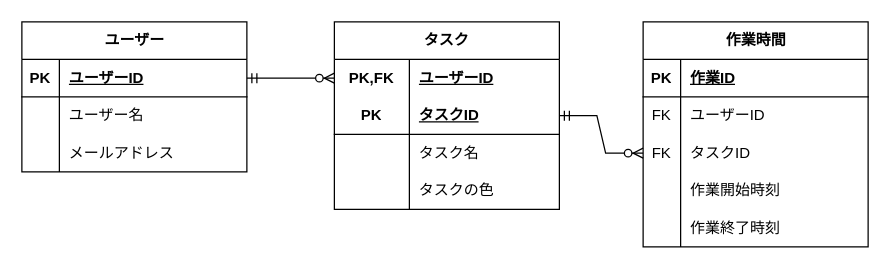
Before: 作業記録アプリ/DB設計/ER図/work_time_management.drawio in shigemasa89/TimeManagementApplication, a draw.io diagram. Source tidied: cells renumbered, new cells numbered last; positions are measured from the earlier drawing's top-left corner, leaving out a move shared by most shapes. Both pictures are drawn from the tidied source at 125%, with x=0, y=0 at pixel (21, 21).
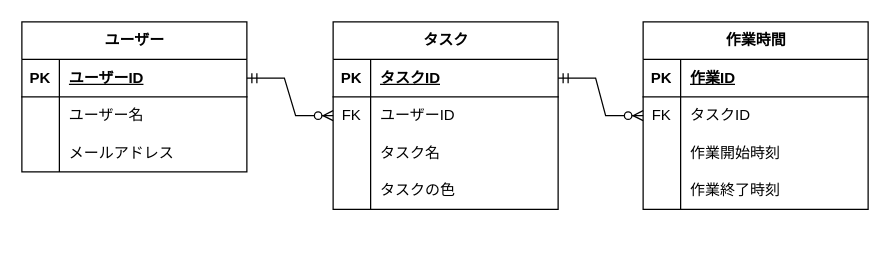
The same diagram, later.

Commit message:
テーブル定義書と整合するようにER図を修正

Unchanged cells that the change refers to:
```xml
<mxCell id="3" style="shape=tableRow;horizontal=0;startSize=0;swimlaneHead=0;swimlaneBody=0;fillColor=none;points=[[0,0.5],[1,0.5]];portConstraint=eastwest;top=0;left=0;right=0;bottom=1;" parent="2" vertex="1">
  <mxGeometry y="30" width="180" height="30" as="geometry" />
</mxCell>
```

Diff of the diagram source:
```diff
@@
-    <mxCell id="12" value="タスク" style="shape=table;startSize=30;childLayout=tableLayout;rowLines=0;fontStyle=1;align=center;html=1;whiteSpace=wrap;" parent="1" vertex="1">
-      <mxGeometry x="250" width="180" height="150" as="geometry" />
-    </mxCell>
-    <mxCell id="13" style="shape=tableRow;horizontal=0;startSize=0;swimlaneHead=0;swimlaneBody=0;fillColor=none;points=[[0,0.5],[1,0.5]];portConstraint=eastwest;top=0;left=0;right=0;bottom=0;html=1;" parent="12" vertex="1">
-      <mxGeometry y="30" width="180" height="30" as="geometry" />
-    </mxCell>
-    <mxCell id="14" value="PK,FK" style="shape=partialRectangle;fillColor=none;top=0;left=0;bottom=0;right=0;fontStyle=1;overflow=hidden;html=1;whiteSpace=wrap;" parent="13" vertex="1">
-      <mxGeometry width="60" height="30" as="geometry" />
-    </mxCell>
-    <mxCell id="15" value="ユーザーID" style="shape=partialRectangle;fillColor=none;top=0;left=0;bottom=0;right=0;align=left;spacingLeft=6;fontStyle=5;overflow=hidden;html=1;whiteSpace=wrap;" parent="13" vertex="1">
-      <mxGeometry x="60" width="120" height="30" as="geometry" />
-    </mxCell>
-    <mxCell id="16" style="shape=tableRow;horizontal=0;startSize=0;swimlaneHead=0;swimlaneBody=0;fillColor=none;points=[[0,0.5],[1,0.5]];portConstraint=eastwest;top=0;left=0;right=0;bottom=1;html=1;" parent="12" vertex="1">
-      <mxGeometry y="60" width="180" height="30" as="geometry" />
-    </mxCell>
-    <mxCell id="17" value="PK" style="shape=partialRectangle;fillColor=none;top=0;left=0;bottom=0;right=0;fontStyle=1;overflow=hidden;html=1;whiteSpace=wrap;" parent="16" vertex="1">
-      <mxGeometry width="60" height="30" as="geometry" />
-    </mxCell>
-    <mxCell id="18" value="タスクID" style="shape=partialRectangle;fillColor=none;top=0;left=0;bottom=0;right=0;align=left;spacingLeft=6;fontStyle=5;overflow=hidden;html=1;whiteSpace=wrap;" parent="16" vertex="1">
-      <mxGeometry x="60" width="120" height="30" as="geometry" />
-    </mxCell>
-    <mxCell id="19" style="shape=tableRow;horizontal=0;startSize=0;swimlaneHead=0;swimlaneBody=0;fillColor=none;top=0;left=0;right=0;bottom=0;html=1;" parent="12" vertex="1">
-      <mxGeometry y="90" width="180" height="30" as="geometry" />
-    </mxCell>
-    <mxCell id="20" style="shape=partialRectangle;fillColor=none;top=0;left=0;bottom=0;right=0;overflow=hidden;html=1;whiteSpace=wrap;" parent="19" vertex="1">
-      <mxGeometry width="60" height="30" as="geometry" />
-    </mxCell>
-    <mxCell id="21" value="タスク名" style="shape=partialRectangle;fillColor=none;top=0;left=0;bottom=0;right=0;align=left;spacingLeft=6;overflow=hidden;html=1;whiteSpace=wrap;" parent="19" vertex="1">
-      <mxGeometry x="60" width="120" height="30" as="geometry" />
-    </mxCell>
-    <mxCell id="22" style="shape=tableRow;horizontal=0;startSize=0;swimlaneHead=0;swimlaneBody=0;fillColor=none;top=0;left=0;right=0;bottom=0;html=1;" parent="12" vertex="1">
-      <mxGeometry y="120" width="180" height="30" as="geometry" />
-    </mxCell>
-    <mxCell id="23" style="shape=partialRectangle;fillColor=none;top=0;left=0;bottom=0;right=0;overflow=hidden;html=1;whiteSpace=wrap;" parent="22" vertex="1">
-      <mxGeometry width="60" height="30" as="geometry" />
-    </mxCell>
-    <mxCell id="24" value="タスクの色" style="shape=partialRectangle;fillColor=none;top=0;left=0;bottom=0;right=0;align=left;spacingLeft=6;overflow=hidden;html=1;whiteSpace=wrap;" parent="22" vertex="1">
-      <mxGeometry x="60" width="120" height="30" as="geometry" />
-    </mxCell>
     <mxCell id="25" value="作業時間" style="shape=table;startSize=30;childLayout=tableLayout;rowLines=0;fontStyle=1;align=center;html=1;" parent="1" vertex="1">
-      <mxGeometry x="497" width="180" height="180" as="geometry" />
+      <mxGeometry x="497" width="180" height="150" as="geometry" />
     </mxCell>
@@
-    <mxCell id="29" style="shape=tableRow;horizontal=0;startSize=0;swimlaneHead=0;swimlaneBody=0;fillColor=none;points=[[0,0.5],[1,0.5]];portConstraint=eastwest;top=0;left=0;right=0;bottom=0;" parent="25" vertex="1">
-      <mxGeometry y="60" width="180" height="30" as="geometry" />
-    </mxCell>
-    <mxCell id="30" value="FK" style="shape=partialRectangle;fillColor=none;top=0;left=0;bottom=0;right=0;overflow=hidden;whiteSpace=wrap;html=1;" parent="29" vertex="1">
-      <mxGeometry width="30" height="30" as="geometry" />
-    </mxCell>
-    <mxCell id="31" value="ユーザーID" style="shape=partialRectangle;fillColor=none;top=0;left=0;bottom=0;right=0;align=left;spacingLeft=6;overflow=hidden;whiteSpace=wrap;html=1;" parent="29" vertex="1">
-      <mxGeometry x="30" width="150" height="30" as="geometry" />
-    </mxCell>
     <mxCell id="32" style="shape=tableRow;horizontal=0;startSize=0;swimlaneHead=0;swimlaneBody=0;fillColor=none;points=[[0,0.5],[1,0.5]];portConstraint=eastwest;top=0;left=0;right=0;bottom=0;" parent="25" vertex="1">
-      <mxGeometry y="90" width="180" height="30" as="geometry" />
+      <mxGeometry y="60" width="180" height="30" as="geometry" />
     </mxCell>
@@
     <mxCell id="35" style="shape=tableRow;horizontal=0;startSize=0;swimlaneHead=0;swimlaneBody=0;fillColor=none;top=0;left=0;right=0;bottom=0;" parent="25" vertex="1">
-      <mxGeometry y="120" width="180" height="30" as="geometry" />
+      <mxGeometry y="90" width="180" height="30" as="geometry" />
     </mxCell>
@@
     <mxCell id="38" style="shape=tableRow;horizontal=0;startSize=0;swimlaneHead=0;swimlaneBody=0;fillColor=none;top=0;left=0;right=0;bottom=0;" parent="25" vertex="1">
-      <mxGeometry y="150" width="180" height="30" as="geometry" />
+      <mxGeometry y="120" width="180" height="30" as="geometry" />
     </mxCell>
@@
-    <mxCell id="41" style="edgeStyle=entityRelationEdgeStyle;fontSize=12;html=1;endArrow=ERzeroToMany;startArrow=ERmandOne;rounded=0;exitX=1;exitY=0.5;exitDx=0;exitDy=0;entryX=0;entryY=0.5;entryDx=0;entryDy=0;" parent="1" edge="1" source="3" target="13">
+    <mxCell id="41" style="edgeStyle=entityRelationEdgeStyle;fontSize=12;html=1;endArrow=ERzeroToMany;startArrow=ERmandOne;rounded=0;exitX=1;exitY=0.5;exitDx=0;exitDy=0;entryX=0;entryY=0.5;entryDx=0;entryDy=0;" parent="1" edge="1" source="3" target="29">
       <mxGeometry relative="1" as="geometry" />
     </mxCell>
-    <mxCell id="42" style="edgeStyle=entityRelationEdgeStyle;fontSize=12;html=1;endArrow=ERzeroToMany;startArrow=ERmandOne;rounded=0;exitX=1;exitY=0.5;exitDx=0;exitDy=0;entryX=0;entryY=0.5;entryDx=0;entryDy=0;" parent="1" edge="1" source="16" target="32">
+    <mxCell id="42" style="edgeStyle=entityRelationEdgeStyle;fontSize=12;html=1;endArrow=ERzeroToMany;startArrow=ERmandOne;rounded=0;exitX=1;exitY=0.5;exitDx=0;exitDy=0;entryX=0;entryY=0.5;entryDx=0;entryDy=0;" parent="1" edge="1" source="43" target="32">
       <mxGeometry relative="1" as="geometry" />
     </mxCell>
+    <mxCell id="12" value="タスク" style="shape=table;startSize=30;childLayout=tableLayout;rowLines=0;fontStyle=1;align=center;html=1;" parent="1" vertex="1">
+      <mxGeometry x="249" width="180" height="150" as="geometry" />
+    </mxCell>
+    <mxCell id="43" style="shape=tableRow;horizontal=0;startSize=0;swimlaneHead=0;swimlaneBody=0;fillColor=none;points=[[0,0.5],[1,0.5]];portConstraint=eastwest;top=0;left=0;right=0;bottom=1;" parent="12" vertex="1">
+      <mxGeometry y="30" width="180" height="30" as="geometry" />
+    </mxCell>
+    <mxCell id="17" value="PK" style="shape=partialRectangle;fillColor=none;top=0;left=0;bottom=0;right=0;fontStyle=1;overflow=hidden;whiteSpace=wrap;html=1;" parent="43" vertex="1">
+      <mxGeometry width="30" height="30" as="geometry" />
+    </mxCell>
+    <mxCell id="18" value="タスクID" style="shape=partialRectangle;fillColor=none;top=0;left=0;bottom=0;right=0;align=left;spacingLeft=6;fontStyle=5;overflow=hidden;whiteSpace=wrap;html=1;" parent="43" vertex="1">
+      <mxGeometry x="30" width="150" height="30" as="geometry" />
+    </mxCell>
+    <mxCell id="29" style="shape=tableRow;horizontal=0;startSize=0;swimlaneHead=0;swimlaneBody=0;fillColor=none;points=[[0,0.5],[1,0.5]];portConstraint=eastwest;top=0;left=0;right=0;bottom=0;" parent="12" vertex="1">
+      <mxGeometry y="60" width="180" height="30" as="geometry" />
+    </mxCell>
+    <mxCell id="30" value="FK" style="shape=partialRectangle;fillColor=none;top=0;left=0;bottom=0;right=0;overflow=hidden;whiteSpace=wrap;html=1;" parent="29" vertex="1">
+      <mxGeometry width="30" height="30" as="geometry" />
+    </mxCell>
+    <mxCell id="31" value="ユーザーID" style="shape=partialRectangle;fillColor=none;top=0;left=0;bottom=0;right=0;align=left;spacingLeft=6;overflow=hidden;whiteSpace=wrap;html=1;" parent="29" vertex="1">
+      <mxGeometry x="30" width="150" height="30" as="geometry" />
+    </mxCell>
+    <mxCell id="44" style="shape=tableRow;horizontal=0;startSize=0;swimlaneHead=0;swimlaneBody=0;fillColor=none;top=0;left=0;right=0;bottom=0;" parent="12" vertex="1">
+      <mxGeometry y="90" width="180" height="30" as="geometry" />
+    </mxCell>
+    <mxCell id="45" style="shape=partialRectangle;fillColor=none;top=0;left=0;bottom=0;right=0;overflow=hidden;whiteSpace=wrap;html=1;" parent="44" vertex="1">
+      <mxGeometry width="30" height="30" as="geometry" />
+    </mxCell>
+    <mxCell id="21" value="タスク名" style="shape=partialRectangle;fillColor=none;top=0;left=0;bottom=0;right=0;align=left;spacingLeft=6;overflow=hidden;whiteSpace=wrap;html=1;" parent="44" vertex="1">
+      <mxGeometry x="30" width="150" height="30" as="geometry" />
+    </mxCell>
+    <mxCell id="46" style="shape=tableRow;horizontal=0;startSize=0;swimlaneHead=0;swimlaneBody=0;fillColor=none;top=0;left=0;right=0;bottom=0;" parent="12" vertex="1">
+      <mxGeometry y="120" width="180" height="30" as="geometry" />
+    </mxCell>
+    <mxCell id="47" style="shape=partialRectangle;fillColor=none;top=0;left=0;bottom=0;right=0;overflow=hidden;whiteSpace=wrap;html=1;" parent="46" vertex="1">
+      <mxGeometry width="30" height="30" as="geometry" />
+    </mxCell>
+    <mxCell id="24" value="タスクの色" style="shape=partialRectangle;fillColor=none;top=0;left=0;bottom=0;right=0;align=left;spacingLeft=6;overflow=hidden;whiteSpace=wrap;html=1;" parent="46" vertex="1">
+      <mxGeometry x="30" width="150" height="30" as="geometry" />
+    </mxCell>
```
